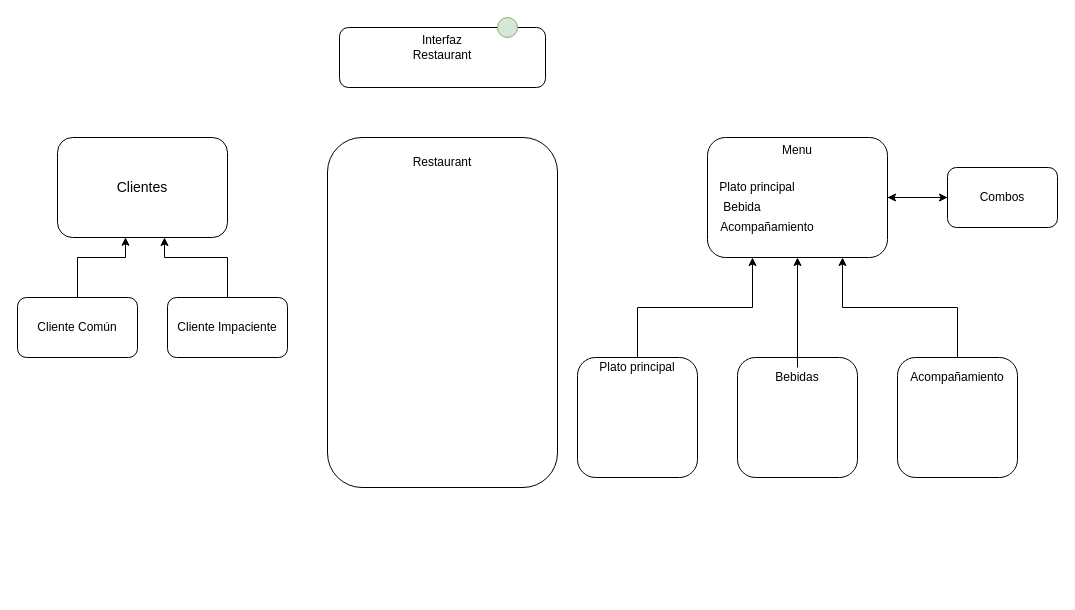
Above: Untitled Diagram.drawio in KevinCordoba/Proyecto_POO_1 (draw.io), before the change. Source tidied: cells renumbered, new cells numbered last; positions are measured from the earlier drawing's top-left corner, leaving out a move shared by most shapes. Both pictures are drawn from the tidied source at 100%, with x=0, y=0 at pixel (17, 17).
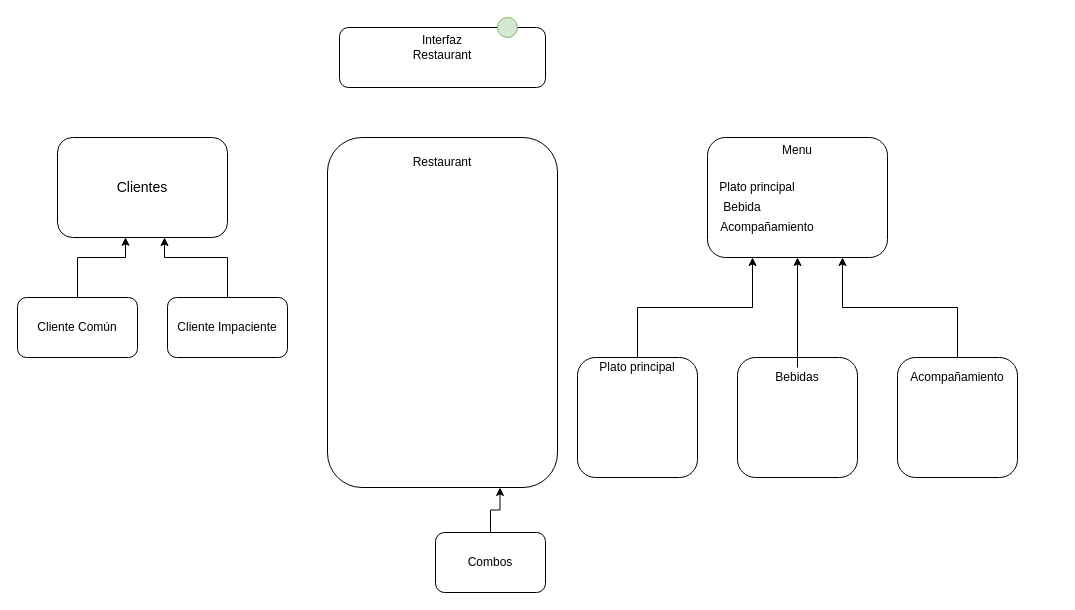
The same diagram, later.

The change refers to these unchanged cells:
```xml
<mxCell id="5" style="rounded=1;whiteSpace=wrap;html=1;" parent="1" vertex="1">
  <mxGeometry x="310" y="120" width="230" height="350" as="geometry" />
</mxCell>
<mxCell id="8" style="rounded=1;whiteSpace=wrap;html=1;" parent="1" vertex="1">
  <mxGeometry x="690" y="120" width="180" height="120" as="geometry" />
</mxCell>
```

Diff of the diagram source:
```diff
@@
-    <mxCell id="7" style="edgeStyle=orthogonalEdgeStyle;rounded=0;jettySize=auto;html=1;" parent="1" edge="1" source="8" target="16">
-      <mxGeometry relative="1" as="geometry" />
-    </mxCell>
@@
-    <mxCell id="15" style="edgeStyle=orthogonalEdgeStyle;rounded=0;jettySize=auto;html=1;entryX=1;entryY=0.5;entryDx=0;entryDy=0;" parent="1" edge="1" source="16" target="8">
-      <mxGeometry relative="1" as="geometry" />
-    </mxCell>
+    <mxCell id="31" style="edgeStyle=orthogonalEdgeStyle;rounded=0;jettySize=auto;html=1;exitX=0.5;exitY=0;exitDx=0;exitDy=0;entryX=0.75;entryY=1;entryDx=0;entryDy=0;" parent="1" edge="1" source="16" target="5">
+      <mxGeometry relative="1" as="geometry" />
+    </mxCell>
     <mxCell id="16" style="rounded=1;whiteSpace=wrap;html=1;" parent="1" vertex="1">
-      <mxGeometry x="930" y="150" width="110" height="60" as="geometry" />
+      <mxGeometry x="418" y="515" width="110" height="60" as="geometry" />
     </mxCell>
@@
     <mxCell id="30" value="Combos" style="text;html=1;strokeColor=none;fillColor=none;align=center;verticalAlign=middle;whiteSpace=wrap;rounded=0;" parent="1" vertex="1">
-      <mxGeometry x="945" y="165" width="80" height="30" as="geometry" />
+      <mxGeometry x="433" y="530" width="80" height="30" as="geometry" />
     </mxCell>
```
